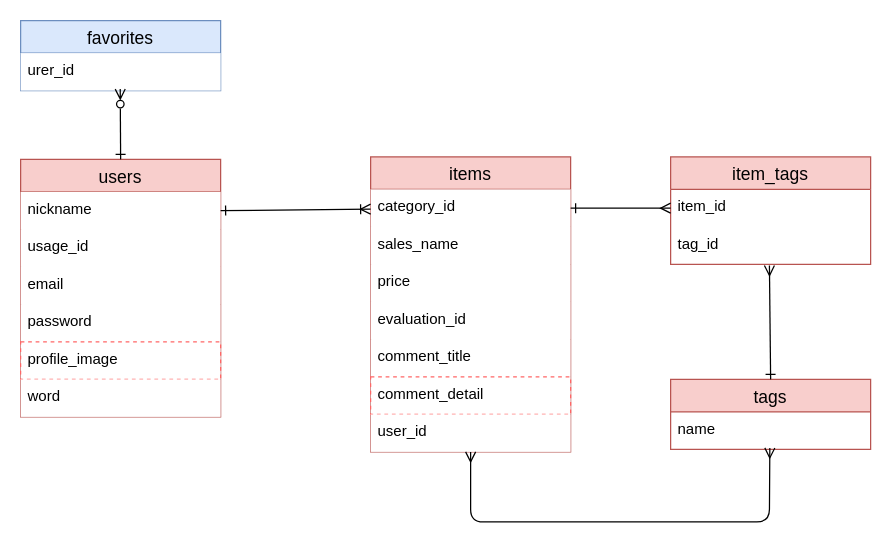
Before: ER.dio in Muck023/fitskin, a draw.io diagram. Source tidied: cells renumbered, new cells numbered last; positions are measured from the earlier drawing's top-left corner, leaving out a move shared by most shapes. Both pictures are drawn from the tidied source at 125%, with x=0, y=0 at pixel (20, 20).
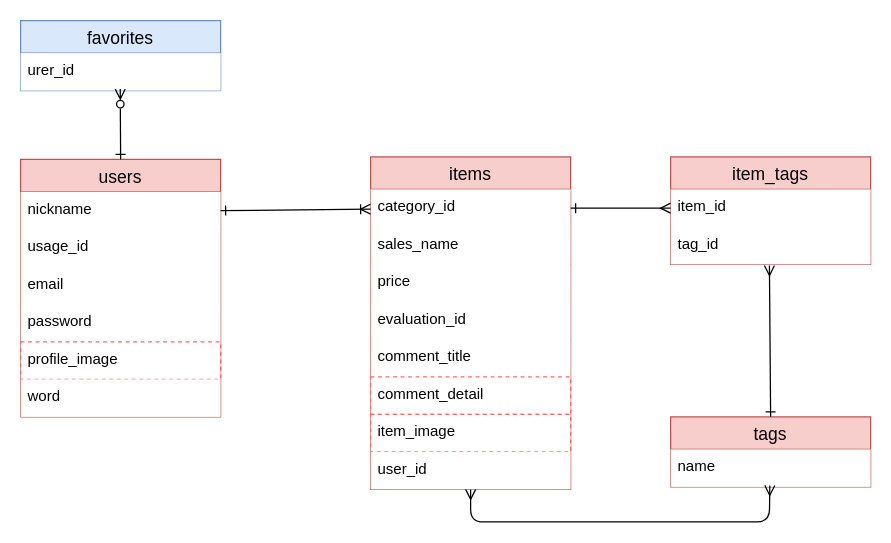
Above is the later version.

Unchanged cells that the change refers to:
```xml
<mxCell id="21" value="item_tags" style="swimlane;fontStyle=0;horizontal=1;startSize=26;align=center;fontSize=14;labelBackgroundColor=none;fillColor=#f8cecc;strokeColor=#b85450;" parent="1" vertex="1">
  <mxGeometry x="520" y="109" width="160" height="86" as="geometry" />
</mxCell>
```

Diff of the diagram source:
```diff
@@
     <mxCell id="2" value="items" style="swimlane;fontStyle=0;horizontal=1;startSize=26;align=center;fontSize=14;labelBackgroundColor=none;fillColor=#f8cecc;strokeColor=#b85450;" parent="1" vertex="1">
-      <mxGeometry x="280" y="109" width="160" height="236" as="geometry" />
+      <mxGeometry x="280" y="109" width="160" height="266" as="geometry" />
     </mxCell>
@@
+    <mxCell id="29" value="item_image" style="text;strokeColor=#FF6666;fillColor=default;spacingLeft=4;spacingRight=4;overflow=hidden;fontSize=12;labelBackgroundColor=none;dashed=1;" parent="2" vertex="1">
+      <mxGeometry y="206" width="160" height="30" as="geometry" />
+    </mxCell>
     <mxCell id="9" value="user_id" style="text;strokeColor=none;fillColor=default;spacingLeft=4;spacingRight=4;overflow=hidden;points=[[0,0.5],[1,0.5]];portConstraint=eastwest;fontSize=12;labelBackgroundColor=none;dashed=1;" parent="2" vertex="1">
-      <mxGeometry y="206" width="160" height="30" as="geometry" />
+      <mxGeometry y="236" width="160" height="30" as="geometry" />
     </mxCell>
@@
-    <mxCell id="22" value="item_id" style="text;strokeColor=none;fillColor=none;spacingLeft=4;spacingRight=4;overflow=hidden;points=[[0,0.5],[1,0.5]];portConstraint=eastwest;fontSize=12;" parent="21" vertex="1">
+    <mxCell id="22" value="item_id" style="text;strokeColor=none;fillColor=default;spacingLeft=4;spacingRight=4;overflow=hidden;points=[[0,0.5],[1,0.5]];portConstraint=eastwest;fontSize=12;" parent="21" vertex="1">
       <mxGeometry y="26" width="160" height="30" as="geometry" />
     </mxCell>
-    <mxCell id="23" value="tag_id" style="text;strokeColor=none;fillColor=none;spacingLeft=4;spacingRight=4;overflow=hidden;points=[[0,0.5],[1,0.5]];portConstraint=eastwest;fontSize=12;" parent="21" vertex="1">
+    <mxCell id="23" value="tag_id" style="text;strokeColor=none;fillColor=default;spacingLeft=4;spacingRight=4;overflow=hidden;points=[[0,0.5],[1,0.5]];portConstraint=eastwest;fontSize=12;" parent="21" vertex="1">
       <mxGeometry y="56" width="160" height="30" as="geometry" />
     </mxCell>
     <mxCell id="24" value="tags" style="swimlane;fontStyle=0;horizontal=1;startSize=26;align=center;fontSize=14;labelBackgroundColor=none;fillColor=#f8cecc;strokeColor=#b85450;" parent="1" vertex="1">
-      <mxGeometry x="520" y="287" width="160" height="56" as="geometry" />
+      <mxGeometry x="520" y="317" width="160" height="56" as="geometry" />
     </mxCell>
-    <mxCell id="25" value="name" style="text;strokeColor=none;fillColor=none;spacingLeft=4;spacingRight=4;overflow=hidden;points=[[0,0.5],[1,0.5]];portConstraint=eastwest;fontSize=12;" parent="24" vertex="1">
+    <mxCell id="25" value="name" style="text;strokeColor=none;fillColor=default;spacingLeft=4;spacingRight=4;overflow=hidden;points=[[0,0.5],[1,0.5]];portConstraint=eastwest;fontSize=12;" parent="24" vertex="1">
       <mxGeometry y="26" width="160" height="30" as="geometry" />
     </mxCell>
```
